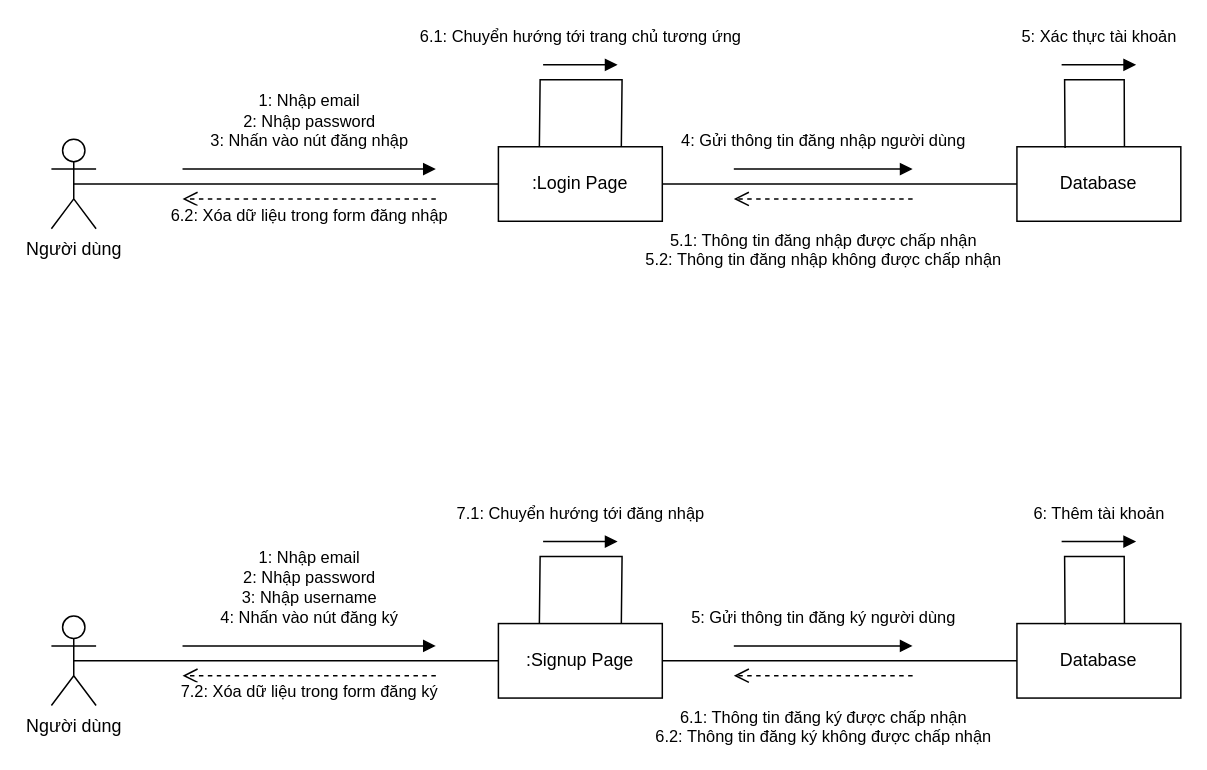
Before: SAD Diagrams/login_signup_communication_diagram.drawio in hvt299/do_an_co_so_2, a draw.io diagram. Source tidied: cells renumbered, new cells numbered last; positions are measured from the earlier drawing's top-left corner, leaving out a move shared by most shapes. Both pictures are drawn from the tidied source at 149%, with x=0, y=0 at pixel (51, 64).
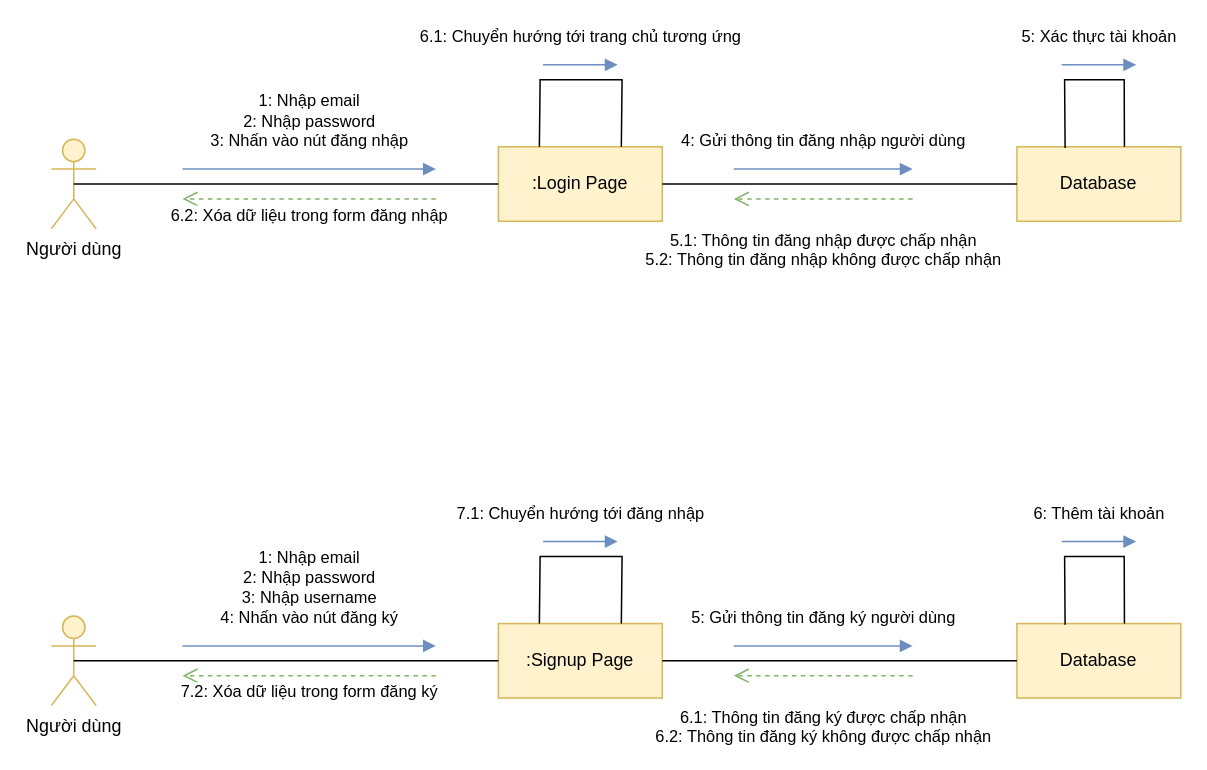
Above is the later version.

Commit message (it also covers changes not shown here):
Hoàn tất 100% Diagram

Diff of the diagram source:
```diff
@@
-    <mxCell id="2" value="Người dùng" style="shape=umlActor;verticalLabelPosition=bottom;verticalAlign=top;html=1;" parent="1" vertex="1">
+    <mxCell id="2" value="Người dùng" style="shape=umlActor;verticalLabelPosition=bottom;verticalAlign=top;html=1;fillColor=#fff2cc;strokeColor=#d6b656;" parent="1" vertex="1">
       <mxGeometry y="50" width="30" height="60" as="geometry" />
     </mxCell>
-    <mxCell id="3" value=":Login Page" style="html=1;whiteSpace=wrap;" parent="1" vertex="1">
+    <mxCell id="3" value=":Login Page" style="html=1;whiteSpace=wrap;fillColor=#fff2cc;strokeColor=#d6b656;" parent="1" vertex="1">
       <mxGeometry x="300" y="55" width="110" height="50" as="geometry" />
     </mxCell>
-    <mxCell id="4" value="Database" style="html=1;whiteSpace=wrap;" parent="1" vertex="1">
+    <mxCell id="4" value="Database" style="html=1;whiteSpace=wrap;fillColor=#fff2cc;strokeColor=#d6b656;" parent="1" vertex="1">
       <mxGeometry x="648" y="55" width="110" height="50" as="geometry" />
     </mxCell>
@@
-    <mxCell id="7" value="1: Nhập email&lt;br&gt;2: Nhập password&lt;br&gt;3: Nhấn vào nút đăng nhập" style="html=1;verticalAlign=bottom;endArrow=block;curved=0;rounded=0;" parent="1" edge="1">
+    <mxCell id="7" value="1: Nhập email&lt;br&gt;2: Nhập password&lt;br&gt;3: Nhấn vào nút đăng nhập" style="html=1;verticalAlign=bottom;endArrow=block;curved=0;rounded=0;fillColor=#dae8fc;strokeColor=#6c8ebf;" parent="1" edge="1">
       <mxGeometry y="10" relative="1" as="geometry">
         <mxPoint x="88" y="70" as="sourcePoint" />
         <mxPoint x="258" y="70" as="targetPoint" />
       </mxGeometry>
     </mxCell>
-    <mxCell id="8" value="6.2: Xóa dữ liệu trong form đăng nhập" style="html=1;verticalAlign=bottom;endArrow=open;dashed=1;endSize=8;curved=0;rounded=0;" parent="1" edge="1">
+    <mxCell id="8" value="6.2: Xóa dữ liệu trong form đăng nhập" style="html=1;verticalAlign=bottom;endArrow=open;dashed=1;endSize=8;curved=0;rounded=0;fillColor=#d5e8d4;strokeColor=#82b366;" parent="1" edge="1">
       <mxGeometry y="20" relative="1" as="geometry">
         <mxPoint x="258" y="90" as="sourcePoint" />
         <mxPoint x="88" y="90" as="targetPoint" />
       </mxGeometry>
     </mxCell>
-    <mxCell id="9" value="4: Gửi thông tin đăng nhập người dùng" style="html=1;verticalAlign=bottom;endArrow=block;curved=0;rounded=0;" parent="1" edge="1">
+    <mxCell id="9" value="4: Gửi thông tin đăng nhập người dùng" style="html=1;verticalAlign=bottom;endArrow=block;curved=0;rounded=0;fillColor=#dae8fc;strokeColor=#6c8ebf;" parent="1" edge="1">
       <mxGeometry y="10" relative="1" as="geometry">
         <mxPoint x="458" y="70" as="sourcePoint" />
         <mxPoint x="578" y="70" as="targetPoint" />
       </mxGeometry>
     </mxCell>
-    <mxCell id="10" value="5.1: Thông tin đăng nhập được chấp nhận&lt;br&gt;5.2: Thông tin đăng nhập không được chấp nhận" style="html=1;verticalAlign=bottom;endArrow=open;dashed=1;endSize=8;curved=0;rounded=0;" parent="1" edge="1">
+    <mxCell id="10" value="5.1: Thông tin đăng nhập được chấp nhận&lt;br&gt;5.2: Thông tin đăng nhập không được chấp nhận" style="html=1;verticalAlign=bottom;endArrow=open;dashed=1;endSize=8;curved=0;rounded=0;fillColor=#d5e8d4;strokeColor=#82b366;" parent="1" edge="1">
       <mxGeometry y="50" relative="1" as="geometry">
         <mxPoint x="578" y="90" as="sourcePoint" />
         <mxPoint x="458" y="90" as="targetPoint" />
       </mxGeometry>
     </mxCell>
-    <mxCell id="11" value="5: Xác thực tài khoản" style="html=1;verticalAlign=bottom;endArrow=block;curved=0;rounded=0;" parent="1" edge="1">
+    <mxCell id="11" value="5: Xác thực tài khoản" style="html=1;verticalAlign=bottom;endArrow=block;curved=0;rounded=0;fillColor=#dae8fc;strokeColor=#6c8ebf;" parent="1" edge="1">
       <mxGeometry y="10" relative="1" as="geometry">
         <mxPoint x="678" as="sourcePoint" />
         <mxPoint x="728" as="targetPoint" />
       </mxGeometry>
     </mxCell>
@@
-    <mxCell id="14" value="6.1: Chuyển hướng tới trang chủ tương ứng" style="html=1;verticalAlign=bottom;endArrow=block;curved=0;rounded=0;" parent="1" edge="1">
+    <mxCell id="14" value="6.1: Chuyển hướng tới trang chủ tương ứng" style="html=1;verticalAlign=bottom;endArrow=block;curved=0;rounded=0;fillColor=#dae8fc;strokeColor=#6c8ebf;" parent="1" edge="1">
       <mxGeometry y="10" relative="1" as="geometry">
         <mxPoint x="330" as="sourcePoint" />
         <mxPoint x="380" as="targetPoint" />
       </mxGeometry>
     </mxCell>
-    <mxCell id="15" value="Người dùng" style="shape=umlActor;verticalLabelPosition=bottom;verticalAlign=top;html=1;" parent="1" vertex="1">
+    <mxCell id="15" value="Người dùng" style="shape=umlActor;verticalLabelPosition=bottom;verticalAlign=top;html=1;fillColor=#fff2cc;strokeColor=#d6b656;" parent="1" vertex="1">
       <mxGeometry y="370" width="30" height="60" as="geometry" />
     </mxCell>
-    <mxCell id="16" value=":Signup Page" style="html=1;whiteSpace=wrap;" parent="1" vertex="1">
+    <mxCell id="16" value=":Signup Page" style="html=1;whiteSpace=wrap;fillColor=#fff2cc;strokeColor=#d6b656;" parent="1" vertex="1">
       <mxGeometry x="300" y="375" width="110" height="50" as="geometry" />
     </mxCell>
-    <mxCell id="17" value="Database" style="html=1;whiteSpace=wrap;" parent="1" vertex="1">
+    <mxCell id="17" value="Database" style="html=1;whiteSpace=wrap;fillColor=#fff2cc;strokeColor=#d6b656;" parent="1" vertex="1">
       <mxGeometry x="648" y="375" width="110" height="50" as="geometry" />
     </mxCell>
@@
-    <mxCell id="20" value="1: Nhập email&lt;br&gt;2: Nhập password&lt;br&gt;3: Nhập username&lt;br&gt;4: Nhấn vào nút đăng ký" style="html=1;verticalAlign=bottom;endArrow=block;curved=0;rounded=0;" parent="1" edge="1">
+    <mxCell id="20" value="1: Nhập email&lt;br&gt;2: Nhập password&lt;br&gt;3: Nhập username&lt;br&gt;4: Nhấn vào nút đăng ký" style="html=1;verticalAlign=bottom;endArrow=block;curved=0;rounded=0;fillColor=#dae8fc;strokeColor=#6c8ebf;" parent="1" edge="1">
       <mxGeometry y="10" relative="1" as="geometry">
         <mxPoint x="88" y="390" as="sourcePoint" />
         <mxPoint x="258" y="390" as="targetPoint" />
       </mxGeometry>
     </mxCell>
-    <mxCell id="21" value="7.2: Xóa dữ liệu trong form đăng ký" style="html=1;verticalAlign=bottom;endArrow=open;dashed=1;endSize=8;curved=0;rounded=0;" parent="1" edge="1">
+    <mxCell id="21" value="7.2: Xóa dữ liệu trong form đăng ký" style="html=1;verticalAlign=bottom;endArrow=open;dashed=1;endSize=8;curved=0;rounded=0;fillColor=#d5e8d4;strokeColor=#82b366;" parent="1" edge="1">
       <mxGeometry y="20" relative="1" as="geometry">
         <mxPoint x="258" y="410" as="sourcePoint" />
         <mxPoint x="88" y="410" as="targetPoint" />
       </mxGeometry>
     </mxCell>
-    <mxCell id="22" value="5: Gửi thông tin đăng ký người dùng" style="html=1;verticalAlign=bottom;endArrow=block;curved=0;rounded=0;" parent="1" edge="1">
+    <mxCell id="22" value="5: Gửi thông tin đăng ký người dùng" style="html=1;verticalAlign=bottom;endArrow=block;curved=0;rounded=0;fillColor=#dae8fc;strokeColor=#6c8ebf;" parent="1" edge="1">
       <mxGeometry y="10" relative="1" as="geometry">
         <mxPoint x="458" y="390" as="sourcePoint" />
         <mxPoint x="578" y="390" as="targetPoint" />
       </mxGeometry>
     </mxCell>
-    <mxCell id="23" value="6.1: Thông tin đăng ký được chấp nhận&lt;br&gt;6.2: Thông tin đăng ký không được chấp nhận" style="html=1;verticalAlign=bottom;endArrow=open;dashed=1;endSize=8;curved=0;rounded=0;" parent="1" edge="1">
+    <mxCell id="23" value="6.1: Thông tin đăng ký được chấp nhận&lt;br&gt;6.2: Thông tin đăng ký không được chấp nhận" style="html=1;verticalAlign=bottom;endArrow=open;dashed=1;endSize=8;curved=0;rounded=0;fillColor=#d5e8d4;strokeColor=#82b366;" parent="1" edge="1">
       <mxGeometry y="50" relative="1" as="geometry">
         <mxPoint x="578" y="410" as="sourcePoint" />
         <mxPoint x="458" y="410" as="targetPoint" />
       </mxGeometry>
     </mxCell>
-    <mxCell id="24" value="6: Thêm tài khoản" style="html=1;verticalAlign=bottom;endArrow=block;curved=0;rounded=0;" parent="1" edge="1">
+    <mxCell id="24" value="6: Thêm tài khoản" style="html=1;verticalAlign=bottom;endArrow=block;curved=0;rounded=0;fillColor=#dae8fc;strokeColor=#6c8ebf;" parent="1" edge="1">
       <mxGeometry y="10" relative="1" as="geometry">
         <mxPoint x="678" y="320" as="sourcePoint" />
         <mxPoint x="728" y="320" as="targetPoint" />
       </mxGeometry>
     </mxCell>
@@
-    <mxCell id="27" value="7.1: Chuyển hướng tới đăng nhập" style="html=1;verticalAlign=bottom;endArrow=block;curved=0;rounded=0;" parent="1" edge="1">
+    <mxCell id="27" value="7.1: Chuyển hướng tới đăng nhập" style="html=1;verticalAlign=bottom;endArrow=block;curved=0;rounded=0;fillColor=#dae8fc;strokeColor=#6c8ebf;" parent="1" edge="1">
       <mxGeometry y="10" relative="1" as="geometry">
         <mxPoint x="330" y="320" as="sourcePoint" />
         <mxPoint x="380" y="320" as="targetPoint" />
       </mxGeometry>
     </mxCell>
```
